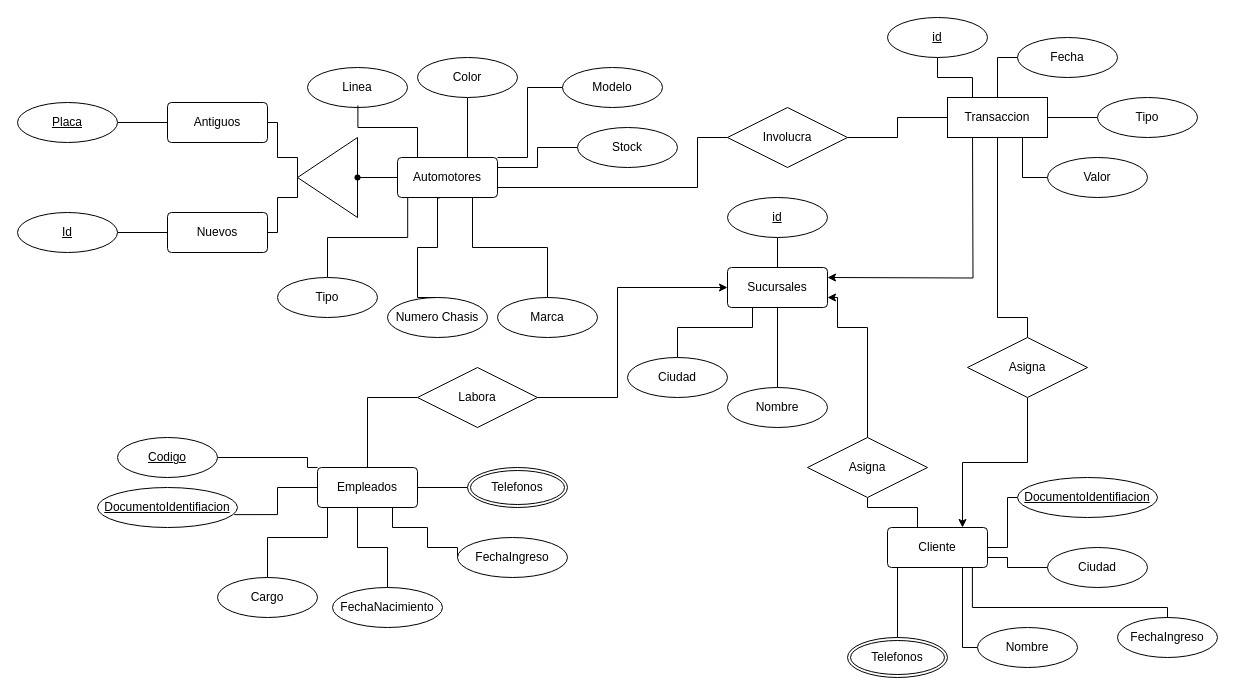
SnakyDH/BuenAuto-BE keeps this draw.io diagram as db/EntityRelationship.drawio. Above is the earlier version. Source tidied: cells renumbered, new cells numbered last; positions are measured from the earlier drawing's top-left corner, leaving out a move shared by most shapes. Both pictures are drawn from the tidied source at 100%, with x=0, y=0 at pixel (17, 17).
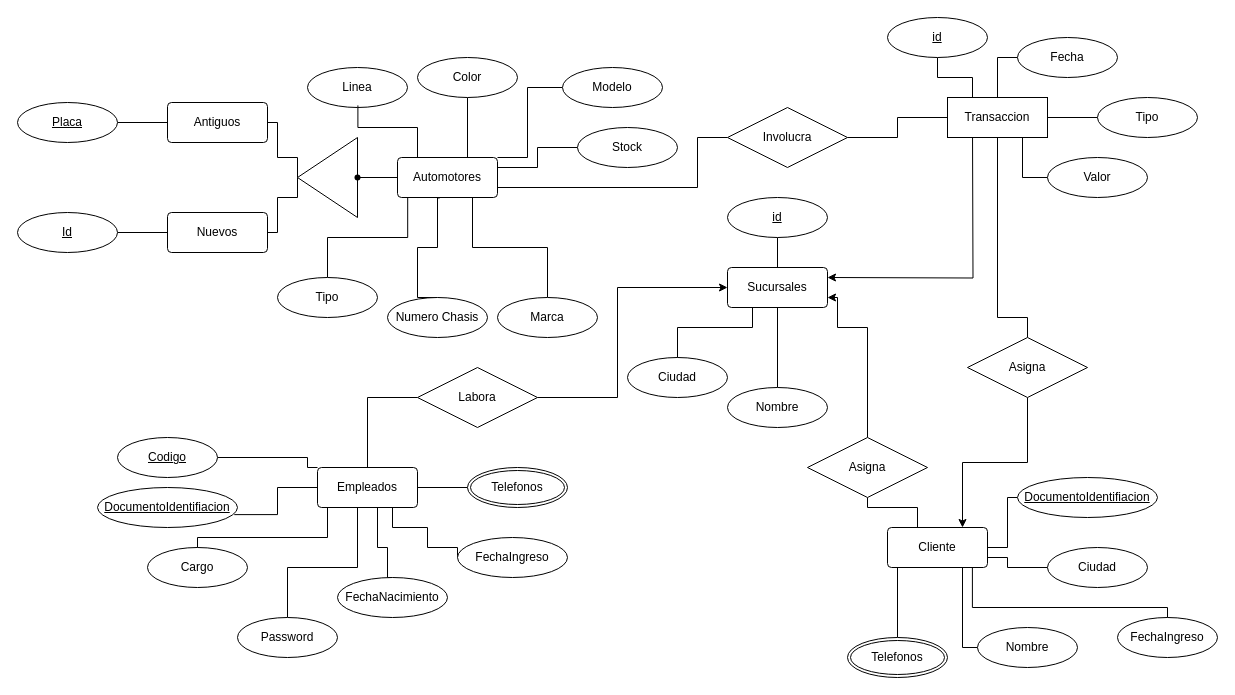
The same page after the edit.

The change refers to these unchanged cells:
```xml
<mxCell id="24" value="Empleados" style="rounded=1;arcSize=10;whiteSpace=wrap;html=1;align=center;" parent="1" vertex="1">
  <mxGeometry x="300" y="450" width="100" height="40" as="geometry" />
</mxCell>
```

Change to the diagram source:
```diff
@@
-    <mxCell id="19" style="edgeStyle=orthogonalEdgeStyle;rounded=0;jettySize=auto;html=1;exitX=0.5;exitY=1;exitDx=0;exitDy=0;endArrow=none;endFill=0;entryX=0.5;entryY=0;entryDx=0;entryDy=0;" parent="1" edge="1" source="24" target="38">
+    <mxCell id="19" style="edgeStyle=orthogonalEdgeStyle;rounded=0;jettySize=auto;html=1;endArrow=none;endFill=0;entryX=0.5;entryY=0;entryDx=0;entryDy=0;" parent="1" edge="1" target="38">
       <mxGeometry relative="1" as="geometry">
+        <mxPoint x="320" y="490" as="sourcePoint" />
         <Array as="points">
           <mxPoint x="310" y="490" />
           <mxPoint x="310" y="520" />
-          <mxPoint x="250" y="520" />
+          <mxPoint x="180" y="520" />
+          <mxPoint x="180" y="550" />
         </Array>
       </mxGeometry>
     </mxCell>
     <mxCell id="20" style="edgeStyle=orthogonalEdgeStyle;rounded=0;jettySize=auto;html=1;endArrow=none;endFill=0;entryX=0.5;entryY=0;entryDx=0;entryDy=0;" parent="1" edge="1" source="24" target="40">
       <mxGeometry relative="1" as="geometry">
         <Array as="points">
-          <mxPoint x="340" y="530" />
+          <mxPoint x="360" y="530" />
           <mxPoint x="370" y="530" />
+          <mxPoint x="370" y="560" />
         </Array>
       </mxGeometry>
     </mxCell>
@@
+    <mxCell id="81" style="edgeStyle=orthogonalEdgeStyle;rounded=0;jettySize=auto;html=1;entryX=0.5;entryY=0;entryDx=0;entryDy=0;endArrow=none;endFill=0;" parent="1" edge="1" source="24" target="82">
+      <mxGeometry relative="1" as="geometry">
+        <Array as="points">
+          <mxPoint x="340" y="550" />
+          <mxPoint x="270" y="550" />
+        </Array>
+      </mxGeometry>
+    </mxCell>
@@
     <mxCell id="38" value="Cargo" style="ellipse;whiteSpace=wrap;html=1;align=center;" parent="1" vertex="1">
-      <mxGeometry x="200" y="560" width="100" height="40" as="geometry" />
+      <mxGeometry x="130" y="530" width="100" height="40" as="geometry" />
     </mxCell>
@@
     <mxCell id="40" value="FechaNacimiento" style="ellipse;whiteSpace=wrap;html=1;align=center;" parent="1" vertex="1">
-      <mxGeometry x="315" y="570" width="110" height="40" as="geometry" />
+      <mxGeometry x="320" y="560" width="110" height="40" as="geometry" />
     </mxCell>
@@
+    <mxCell id="82" value="Password" style="ellipse;whiteSpace=wrap;html=1;align=center;" parent="1" vertex="1">
+      <mxGeometry x="220" y="600" width="100" height="40" as="geometry" />
+    </mxCell>
```
